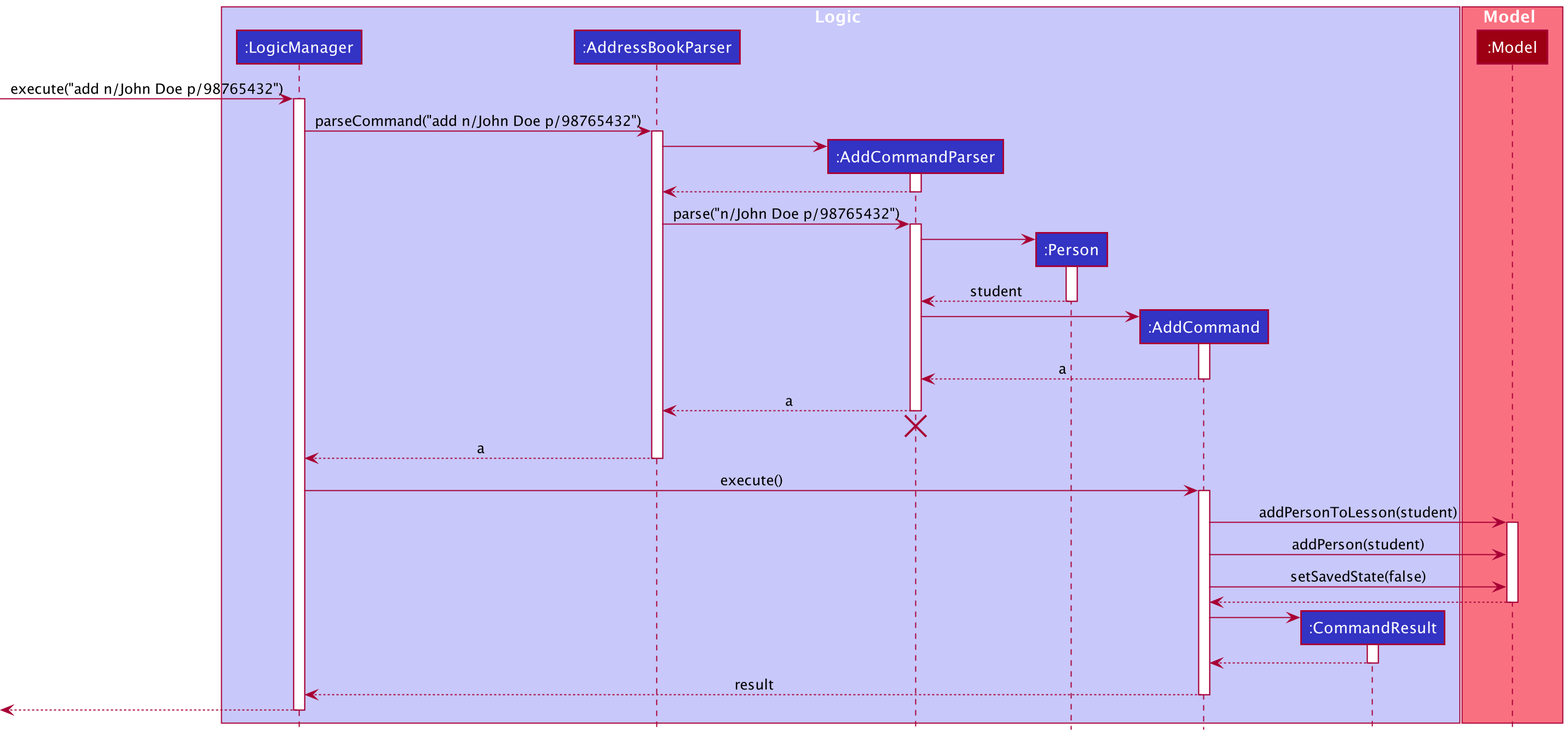
Before: docs/images/AddSequenceDiagram.png, a diagram exported from PlantUML (nus-cs2103-AY2021S2/tp).
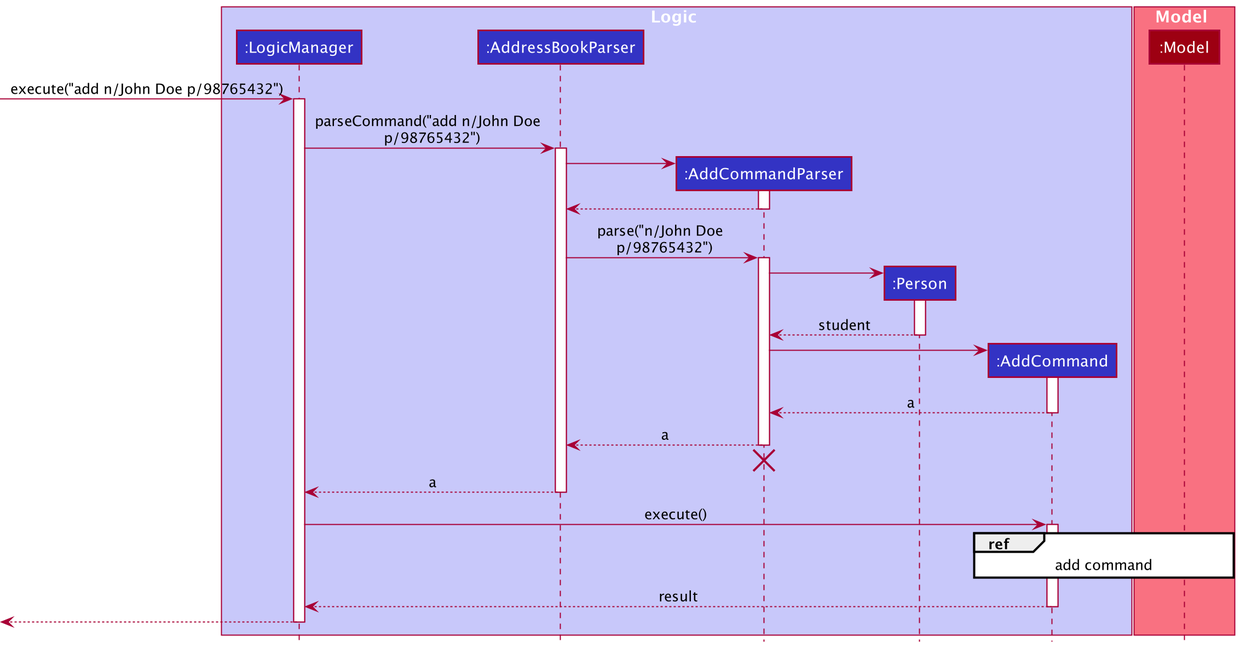
The same file after the commit.

Commit message:
resize seq diagram of add and edit

What changed in the source:
```diff
@@ -7,7 +7,6 @@
 participant ":AddCommandParser" as AddCommandParser LOGIC_COLOR
 participant ":Person" as Person LOGIC_COLOR
 participant ":AddCommand" as AddCommand LOGIC_COLOR
-participant ":CommandResult" as CommandResult LOGIC_COLOR
 end box
 
 box Model MODEL_COLOR_T1
@@ -17,7 +16,7 @@
 [-> LogicManager : execute("add n/John Doe p/98765432")
 activate LogicManager
 
-LogicManager -> AddressBookParser : parseCommand("add n/John Doe p/98765432")
+LogicManager -> AddressBookParser : parseCommand("add n/John Doe \n p/98765432")
 activate AddressBookParser
 
 create AddCommandParser
@@ -27,7 +26,7 @@
 AddCommandParser --> AddressBookParser
 deactivate AddCommandParser
 
-AddressBookParser -> AddCommandParser : parse("n/John Doe p/98765432")
+AddressBookParser -> AddCommandParser : parse("n/John Doe \n p/98765432")
 activate AddCommandParser
 
 create Person
@@ -55,22 +54,7 @@
 LogicManager -> AddCommand : execute()
 activate AddCommand
 
-AddCommand -> Model : addPersonToLesson(student)
-activate Model
-
-AddCommand -> Model : addPerson(student)
-
-AddCommand -> Model : setSavedState(false)
-
-Model --> AddCommand
-deactivate Model
-
-create CommandResult
-AddCommand -> CommandResult
-activate CommandResult
-
-CommandResult --> AddCommand
-deactivate CommandResult
+ref over AddCommand, Model : add command
 
 AddCommand --> LogicManager : result
 deactivate AddCommand
```
